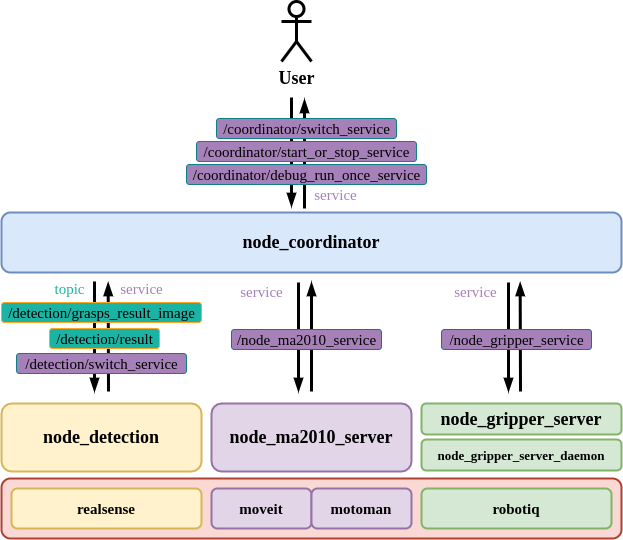
ryanreadbooks/motoman_robotiq_grasping keeps this draw.io diagram as images/architecture.png. Above is the earlier version. Source tidied: cells renumbered, new cells last; positions are measured from the earlier drawing's top-left corner, leaving out a move shared by most shapes.
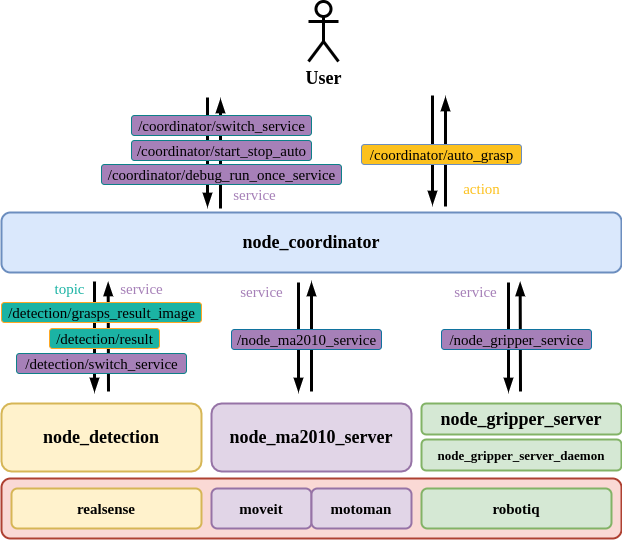
The same file after the commit.

The edit, as a diff of the source:
```diff
@@ -2,16 +2,28 @@
   <root>
     <mxCell id="0" />
     <mxCell id="1" parent="0" />
+    <mxCell id="34" style="endArrow=blockThin;html=1;fontSize=15;strokeWidth=3;endFill=1;fontFamily=Times New Roman;" parent="1" edge="1">
+      <mxGeometry relative="1" as="geometry">
+        <mxPoint x="444" y="205" as="sourcePoint" />
+        <mxPoint x="444" y="96" as="targetPoint" />
+      </mxGeometry>
+    </mxCell>
+    <mxCell id="35" style="endArrow=blockThin;html=1;fontSize=15;strokeWidth=3;endFill=1;jumpStyle=none;fontFamily=Times New Roman;" parent="1" edge="1">
+      <mxGeometry relative="1" as="geometry">
+        <mxPoint x="431" y="94" as="sourcePoint" />
+        <mxPoint x="431" y="203" as="targetPoint" />
+      </mxGeometry>
+    </mxCell>
     <mxCell id="2" style="endArrow=blockThin;html=1;fontSize=15;strokeWidth=3;endFill=1;fontFamily=Times New Roman;" parent="1" edge="1">
       <mxGeometry relative="1" as="geometry">
-        <mxPoint x="303" y="207" as="sourcePoint" />
-        <mxPoint x="303" y="98" as="targetPoint" />
+        <mxPoint x="219" y="207" as="sourcePoint" />
+        <mxPoint x="219" y="98" as="targetPoint" />
       </mxGeometry>
     </mxCell>
     <mxCell id="3" style="endArrow=blockThin;html=1;fontSize=15;strokeWidth=3;endFill=1;jumpStyle=none;fontFamily=Times New Roman;" parent="1" edge="1">
       <mxGeometry relative="1" as="geometry">
-        <mxPoint x="290" y="96" as="sourcePoint" />
-        <mxPoint x="290" y="205" as="targetPoint" />
+        <mxPoint x="206" y="96" as="sourcePoint" />
+        <mxPoint x="206" y="205" as="targetPoint" />
       </mxGeometry>
     </mxCell>
     <mxCell id="4" style="endArrow=blockThin;html=1;fontSize=15;strokeWidth=3;endFill=1;jumpStyle=none;fontFamily=Times New Roman;" parent="1" edge="1">
@@ -111,19 +123,25 @@
       <mxGeometry x="420" y="438" width="200" height="31" as="geometry" />
     </mxCell>
     <mxCell id="29" value="/coordinator/switch_service" style="text;html=1;align=center;verticalAlign=middle;strokeColor=#0E8088;fillColor=#A680B8;fontSize=15;rounded=1;fontFamily=Times New Roman;" parent="1" vertex="1">
-      <mxGeometry x="215" y="117" width="180" height="20" as="geometry" />
+      <mxGeometry x="130" y="114" width="180" height="20" as="geometry" />
     </mxCell>
-    <mxCell id="30" value="/coordinator/start_or_stop_service" style="text;html=1;align=center;verticalAlign=middle;strokeColor=#0E8088;fillColor=#A680B8;fontSize=15;rounded=1;fontFamily=Times New Roman;" parent="1" vertex="1">
-      <mxGeometry x="195" y="140" width="220" height="20" as="geometry" />
+    <mxCell id="30" value="/coordinator/auto_grasp" style="text;html=1;align=center;verticalAlign=middle;strokeColor=#6c8ebf;fillColor=#FCC11E;fontSize=15;rounded=1;fontFamily=Times New Roman;" parent="1" vertex="1">
+      <mxGeometry x="360" y="143" width="160" height="20" as="geometry" />
     </mxCell>
     <mxCell id="31" value="/coordinator/debug_run_once_service" style="text;html=1;align=center;verticalAlign=middle;strokeColor=#0E8088;fillColor=#A680B8;fontSize=15;rounded=1;fontFamily=Times New Roman;" parent="1" vertex="1">
-      <mxGeometry x="185" y="163" width="240" height="20" as="geometry" />
+      <mxGeometry x="100" y="163" width="240" height="20" as="geometry" />
     </mxCell>
     <mxCell id="32" value="&lt;b&gt;&lt;font style=&quot;font-size: 18px&quot;&gt;User&lt;/font&gt;&lt;/b&gt;" style="shape=umlActor;verticalLabelPosition=bottom;verticalAlign=top;html=1;rounded=1;fontSize=15;fontFamily=Times New Roman;gradientColor=none;strokeWidth=3;" parent="1" vertex="1">
-      <mxGeometry x="280" width="30" height="60" as="geometry" />
+      <mxGeometry x="307" width="30" height="60" as="geometry" />
     </mxCell>
     <mxCell id="33" value="service" style="text;html=1;align=center;verticalAlign=middle;strokeColor=none;fillColor=none;fontSize=15;fontColor=#A680B8;rounded=1;fontFamily=Times New Roman;" parent="1" vertex="1">
-      <mxGeometry x="304" y="183" width="60" height="20" as="geometry" />
+      <mxGeometry x="223" y="183" width="60" height="20" as="geometry" />
     </mxCell>
+    <mxCell id="36" value="action" style="text;html=1;align=center;verticalAlign=middle;strokeColor=none;fillColor=none;fontSize=15;fontColor=#FCC11E;rounded=1;fontFamily=Times New Roman;" parent="1" vertex="1">
+      <mxGeometry x="455" y="177" width="50" height="20" as="geometry" />
+    </mxCell>
+    <mxCell id="37" value="/coordinator/start_stop_auto" style="text;html=1;align=center;verticalAlign=middle;strokeColor=#0E8088;fillColor=#A680B8;fontSize=15;rounded=1;fontFamily=Times New Roman;" parent="1" vertex="1">
+      <mxGeometry x="130" y="139" width="180" height="20" as="geometry" />
+    </mxCell>
   </root>
 </mxGraphModel>
```
